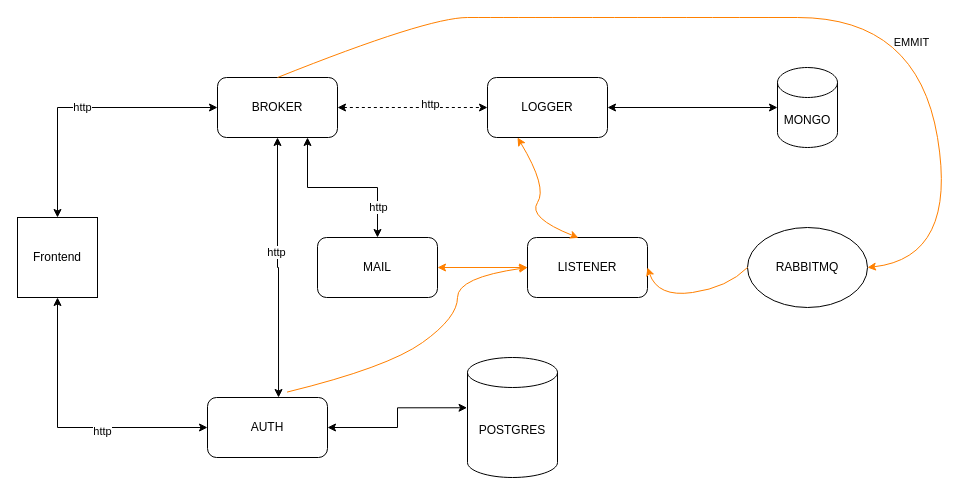
cvxtct/microservice-go-ex keeps this draw.io diagram as project/architecture-http-rabbitmq.drawio. Above is the earlier version. Source tidied: cells renumbered, new cells numbered last; positions are measured from the earlier drawing's top-left corner, leaving out a move shared by most shapes. Both pictures are drawn from the tidied source at 100%, with x=0, y=0 at pixel (17, 17).
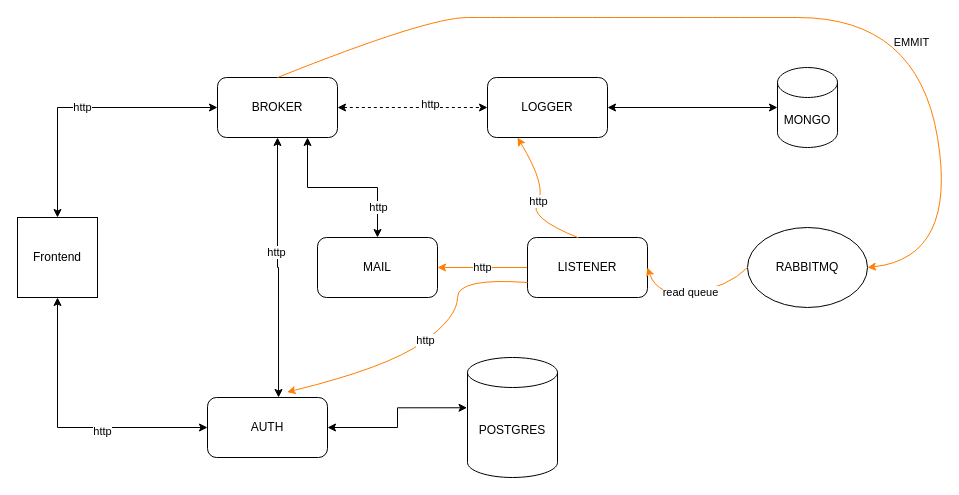
After the change.

The change refers to these unchanged cells:
```xml
<mxCell id="14" value="AUTH" style="rounded=1;whiteSpace=wrap;html=1;" parent="1" vertex="1">
  <mxGeometry x="190" y="380" width="120" height="60" as="geometry" />
</mxCell>
<mxCell id="16" value="LOGGER" style="rounded=1;whiteSpace=wrap;html=1;" parent="1" vertex="1">
  <mxGeometry x="470" y="60" width="120" height="60" as="geometry" />
</mxCell>
<mxCell id="18" value="MAIL" style="rounded=1;whiteSpace=wrap;html=1;" parent="1" vertex="1">
  <mxGeometry x="300" y="220" width="120" height="60" as="geometry" />
</mxCell>
<mxCell id="20" value="LISTENER" style="rounded=1;whiteSpace=wrap;html=1;" parent="1" vertex="1">
  <mxGeometry x="510" y="220" width="120" height="60" as="geometry" />
</mxCell>
<mxCell id="22" value="RABBITMQ" style="ellipse;whiteSpace=wrap;html=1;" parent="1" vertex="1">
  <mxGeometry x="730" y="210" width="120" height="80" as="geometry" />
</mxCell>
```

Diff of the diagram source:
```diff
@@
-    <mxCell id="19" style="edgeStyle=orthogonalEdgeStyle;rounded=0;jettySize=auto;html=1;exitX=0;exitY=0.5;exitDx=0;exitDy=0;entryX=1;entryY=0.5;entryDx=0;entryDy=0;strokeColor=#FF8000;startArrow=classic;startFill=1;" parent="1" edge="1" source="20" target="18">
+    <mxCell id="19" value="http" style="edgeStyle=orthogonalEdgeStyle;rounded=0;jettySize=auto;html=1;exitX=0;exitY=0.5;exitDx=0;exitDy=0;entryX=1;entryY=0.5;entryDx=0;entryDy=0;strokeColor=#FF8000;startArrow=none;startFill=0;endArrow=classic;endFill=1;" parent="1" edge="1" source="20" target="18">
       <mxGeometry relative="1" as="geometry" />
     </mxCell>
@@
-    <mxCell id="25" style="curved=1;endArrow=none;html=1;rounded=0;strokeColor=#FF8000;entryX=0;entryY=0.5;entryDx=0;entryDy=0;exitX=1;exitY=0.5;exitDx=0;exitDy=0;startArrow=classic;startFill=1;endFill=0;" parent="1" edge="1" source="20" target="22">
+    <mxCell id="25" value="read queue" style="curved=1;endArrow=none;html=1;rounded=0;strokeColor=#FF8000;entryX=0;entryY=0.5;entryDx=0;entryDy=0;exitX=1;exitY=0.5;exitDx=0;exitDy=0;startArrow=classic;startFill=1;endFill=0;" parent="1" edge="1" source="20" target="22">
       <mxGeometry relative="1" as="geometry">
         <Array as="points">
           <mxPoint x="640" y="280" />
           <mxPoint x="710" y="270" />
         </Array>
       </mxGeometry>
     </mxCell>
-    <mxCell id="26" style="curved=1;endArrow=classic;html=1;rounded=0;strokeColor=#FF8000;entryX=0.425;entryY=0.005;entryDx=0;entryDy=0;exitX=0.25;exitY=1;exitDx=0;exitDy=0;startArrow=classic;startFill=1;entryPerimeter=0;" parent="1" edge="1" source="16" target="20">
+    <mxCell id="26" value="http" style="curved=1;endArrow=none;html=1;rounded=0;strokeColor=#FF8000;entryX=0.425;entryY=0.005;entryDx=0;entryDy=0;exitX=0.25;exitY=1;exitDx=0;exitDy=0;startArrow=classic;startFill=1;entryPerimeter=0;endFill=0;" parent="1" edge="1" source="16" target="20">
       <mxGeometry relative="1" as="geometry">
         <Array as="points">
           <mxPoint x="530" y="170" />
           <mxPoint x="510" y="200" />
         </Array>
       </mxGeometry>
     </mxCell>
-    <mxCell id="27" style="curved=1;endArrow=classic;html=1;rounded=0;strokeColor=#FF8000;entryX=0;entryY=0.5;entryDx=0;entryDy=0;exitX=0.663;exitY=-0.09;exitDx=0;exitDy=0;exitPerimeter=0;" parent="1" edge="1" source="14" target="20">
+    <mxCell id="27" value="http" style="curved=1;endArrow=none;html=1;rounded=0;strokeColor=#FF8000;entryX=0;entryY=0.75;entryDx=0;entryDy=0;exitX=0.663;exitY=-0.09;exitDx=0;exitDy=0;exitPerimeter=0;startArrow=classic;startFill=1;endFill=0;" parent="1" edge="1" source="14" target="20">
       <mxGeometry relative="1" as="geometry">
         <Array as="points">
           <mxPoint x="370" y="350" />
           <mxPoint x="440" y="300" />
           <mxPoint x="440" y="260" />
         </Array>
       </mxGeometry>
     </mxCell>
```
